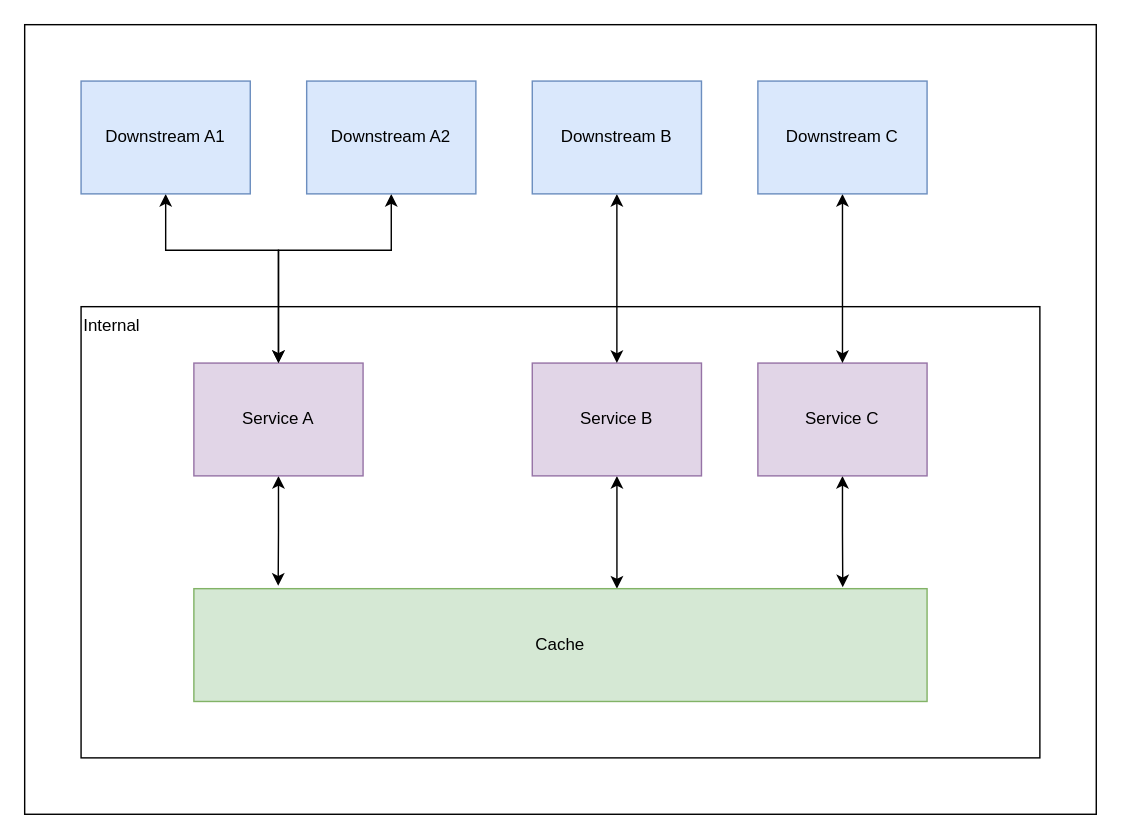
alantanlc/blog keeps this draw.io diagram as posts/event-driven-microservice-architecture/Untitled Diagram.drawio. Above is the earlier version. Source tidied: cells renumbered, new cells numbered last; positions are measured from the earlier drawing's top-left corner, leaving out a move shared by most shapes. Both pictures are drawn from the tidied source at 141%, with x=0, y=0 at pixel (24, 24).
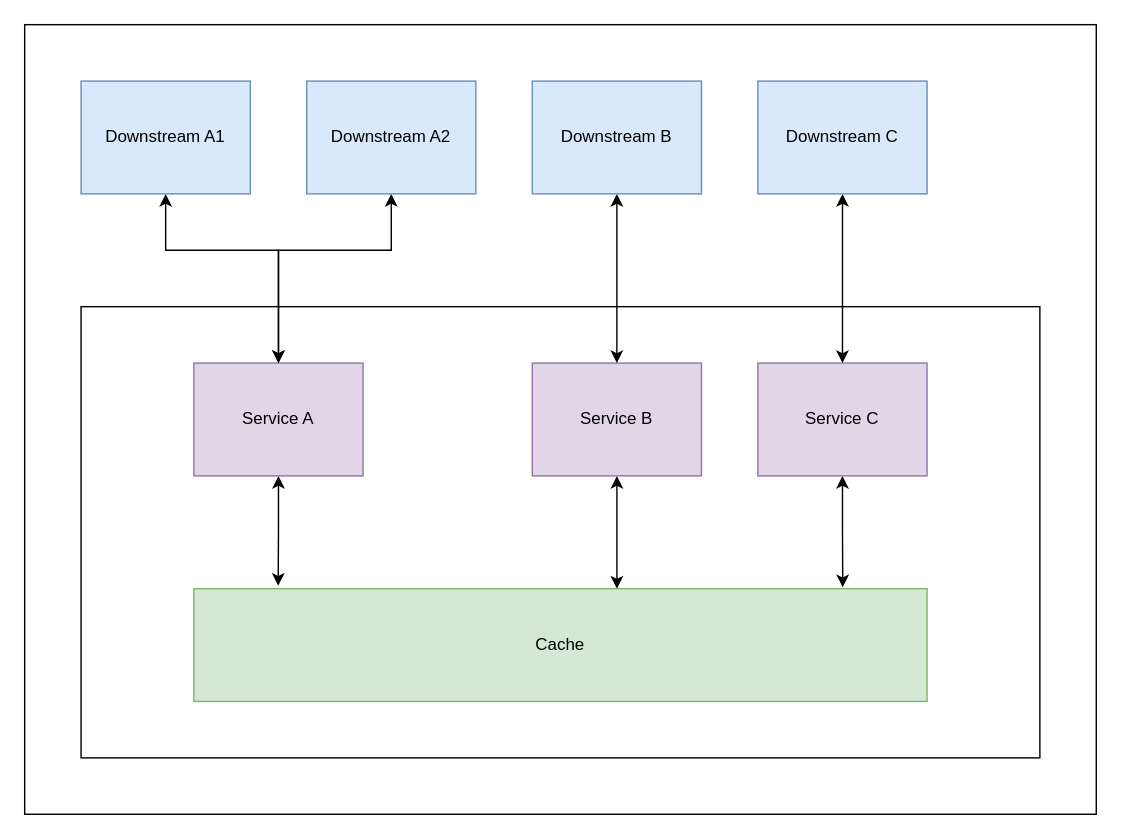
The same page after the edit.

Change to the diagram source:
```diff
@@
-    <mxCell id="3" value="&lt;div style=&quot;&quot;&gt;&lt;span style=&quot;background-color: initial;&quot;&gt;Internal&lt;/span&gt;&lt;/div&gt;" style="rounded=0;whiteSpace=wrap;html=1;fillColor=none;align=left;verticalAlign=top;" parent="1" vertex="1">
+    <mxCell id="3" value="&lt;div style=&quot;&quot;&gt;&lt;br&gt;&lt;/div&gt;" style="rounded=0;whiteSpace=wrap;html=1;fillColor=none;align=left;verticalAlign=top;" parent="1" vertex="1">
       <mxGeometry x="40" y="200" width="680" height="320" as="geometry" />
     </mxCell>
```
